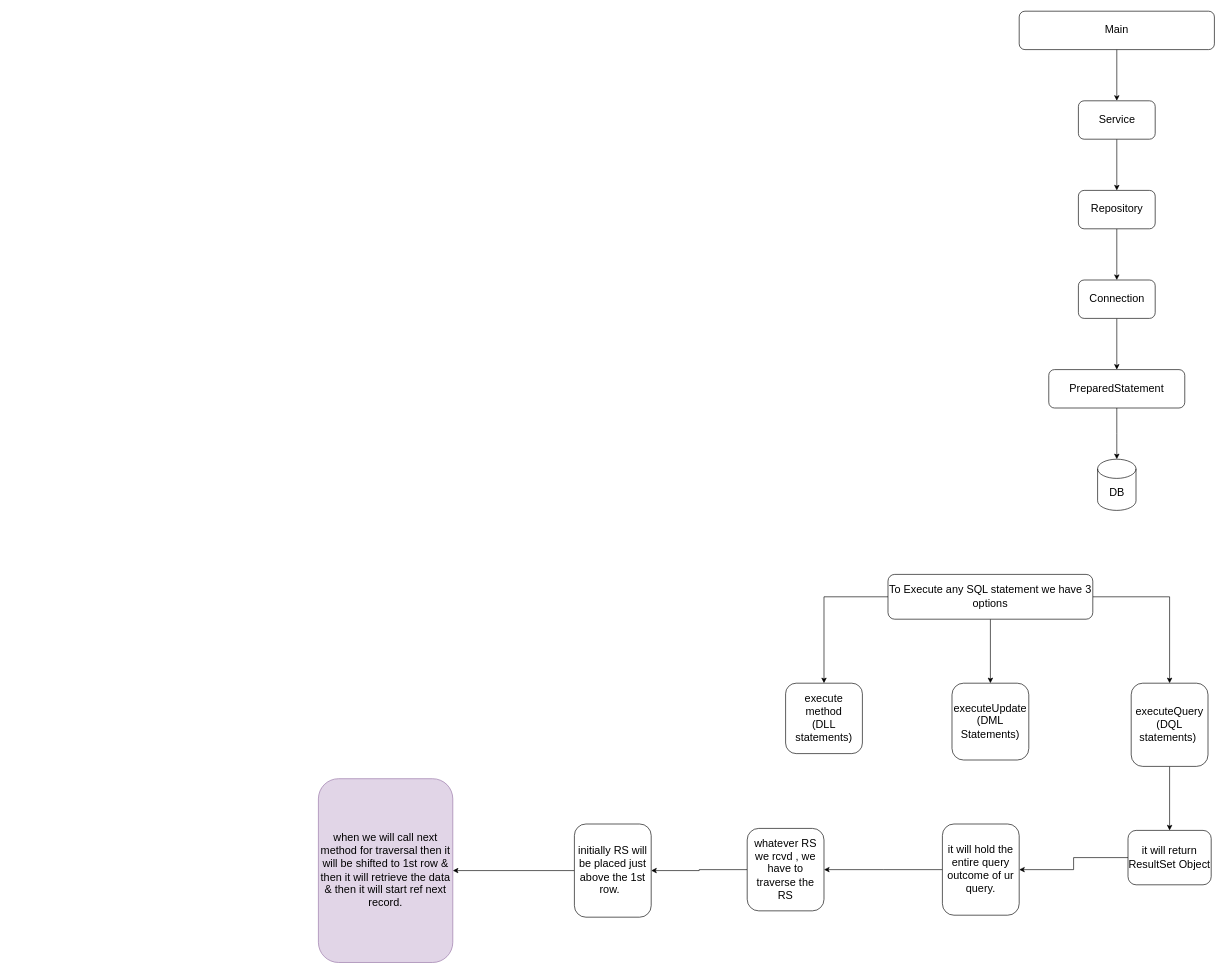
Earlier version of the draw.io diagram page "jdbc work flow" (8 of 8) of Untitled Diagram.drawio (abhinandanchivate/imarticussg). Source tidied: cells renumbered, new cells numbered last; positions are measured from the earlier drawing's top-left corner, leaving out a move shared by most shapes. Both pictures are drawn from the tidied source at 64%, with x=0, y=0 at pixel (318, 11).
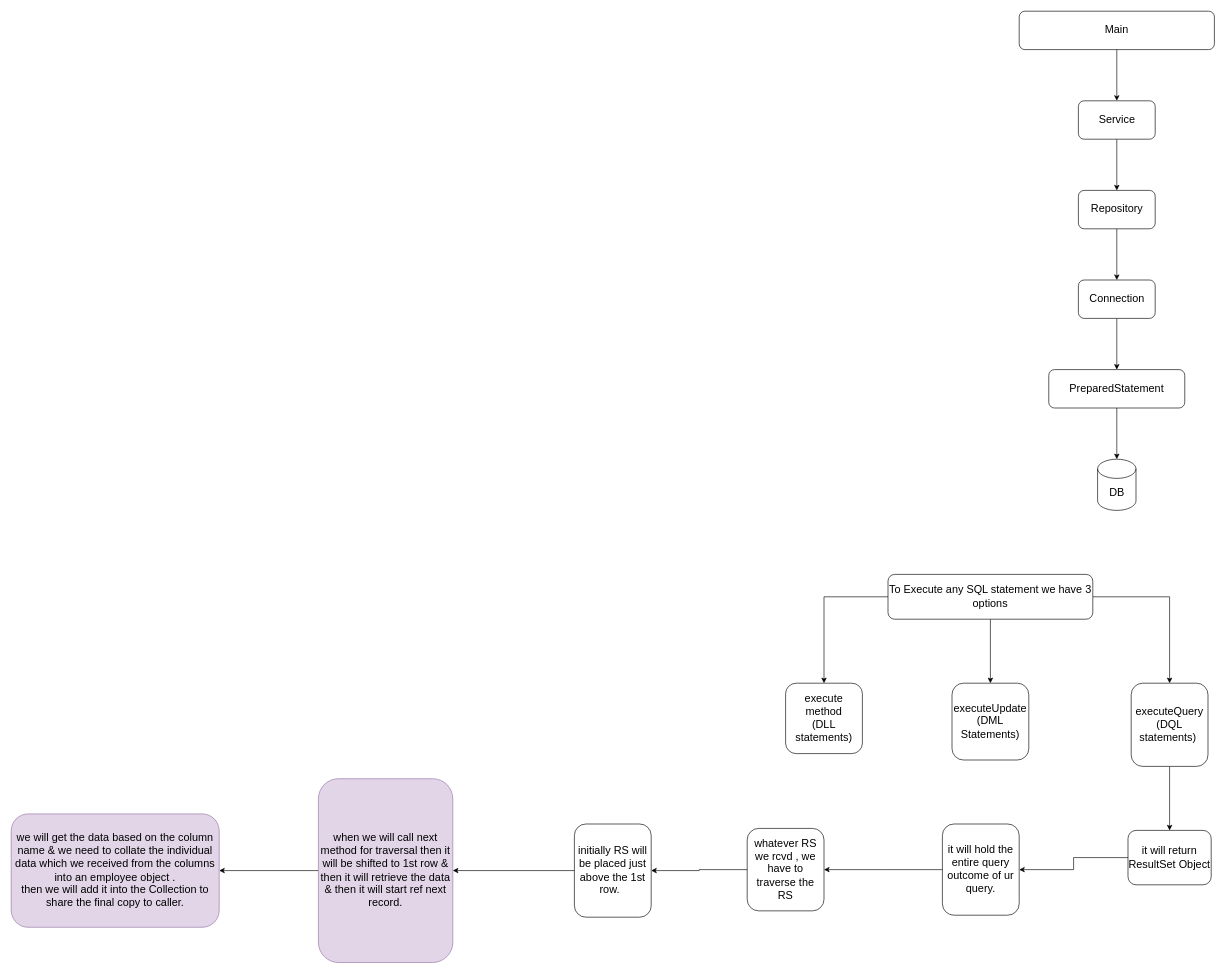
The same page after the edit.

Unchanged cells that the change refers to:
```xml
<mxCell id="29" value="when we will call next method for traversal then it will be shifted to 1st row &amp;amp; then it will retrieve the data &amp;amp; then it will start ref next record." style="whiteSpace=wrap;html=1;fontSize=17;rounded=1;fillColor=#e1d5e7;strokeColor=#9673a6;" parent="1" vertex="1">
  <mxGeometry y="1199.2" width="210" height="287.2" as="geometry" />
</mxCell>
```

The edit, as a diff of the source:
```diff
@@
+    <mxCell id="30" style="edgeStyle=orthogonalEdgeStyle;rounded=0;jettySize=auto;html=1;" parent="1" edge="1" source="29" target="31">
+      <mxGeometry relative="1" as="geometry" />
+    </mxCell>
@@
+    <mxCell id="31" value="we will get the data based on the column name &amp;amp; we need to collate the individual data which we received from the columns into an employee object .&lt;br&gt;then we will add it into the Collection to share the final copy to caller." style="whiteSpace=wrap;html=1;fontSize=17;fillColor=#e1d5e7;strokeColor=#9673a6;rounded=1;" parent="1" vertex="1">
+      <mxGeometry x="-480" y="1254.2" width="325" height="177.2" as="geometry" />
+    </mxCell>
```
